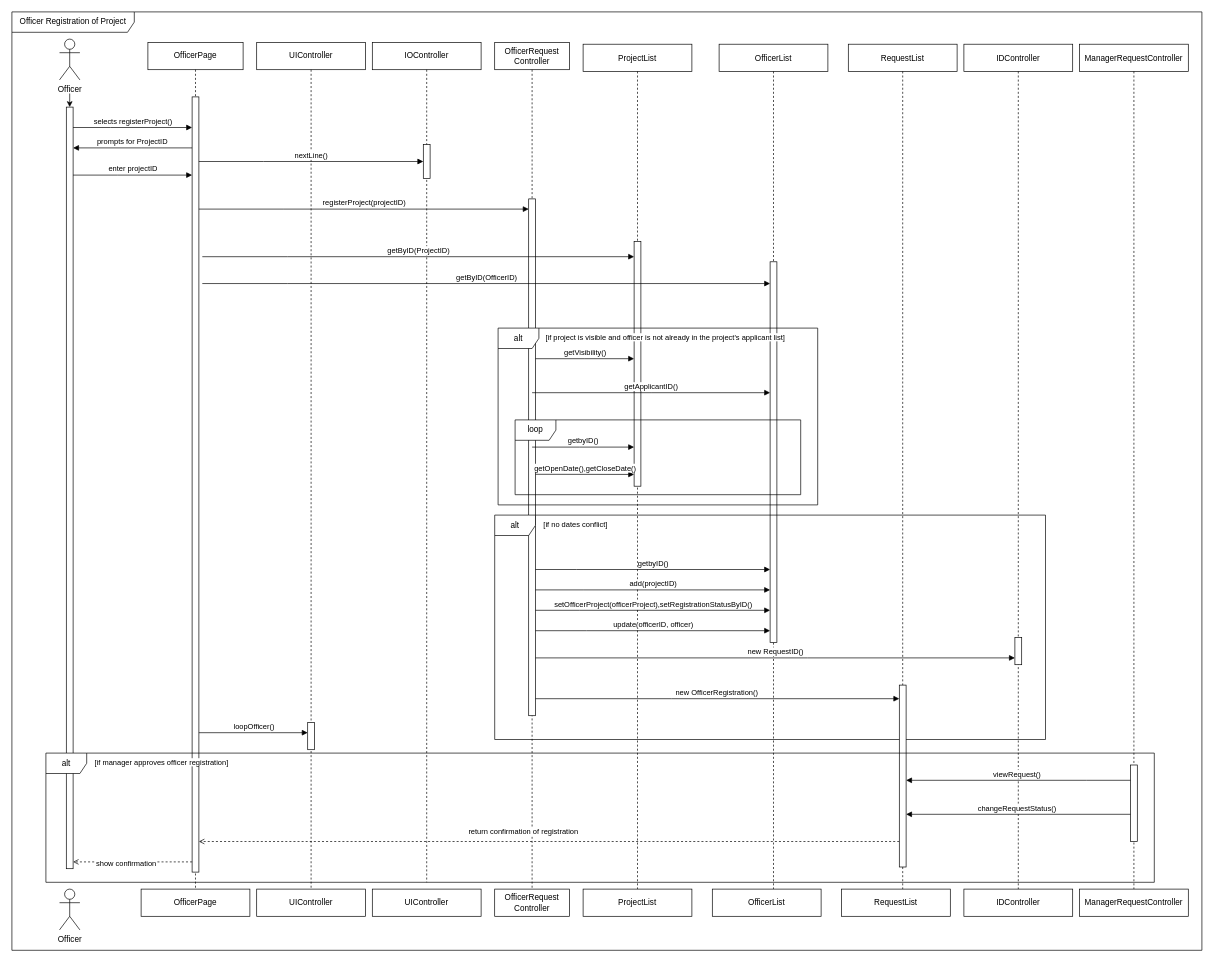
Earlier version of the draw.io diagram uml/SequenceDiagram.drawio (Saltykub/BTO-OOP). Source tidied: cells renumbered, new cells numbered last; positions are measured from the earlier drawing's top-left corner, leaving out a move shared by most shapes. Both pictures are drawn from the tidied source at 68%, with x=0, y=0 at pixel (12, 12).
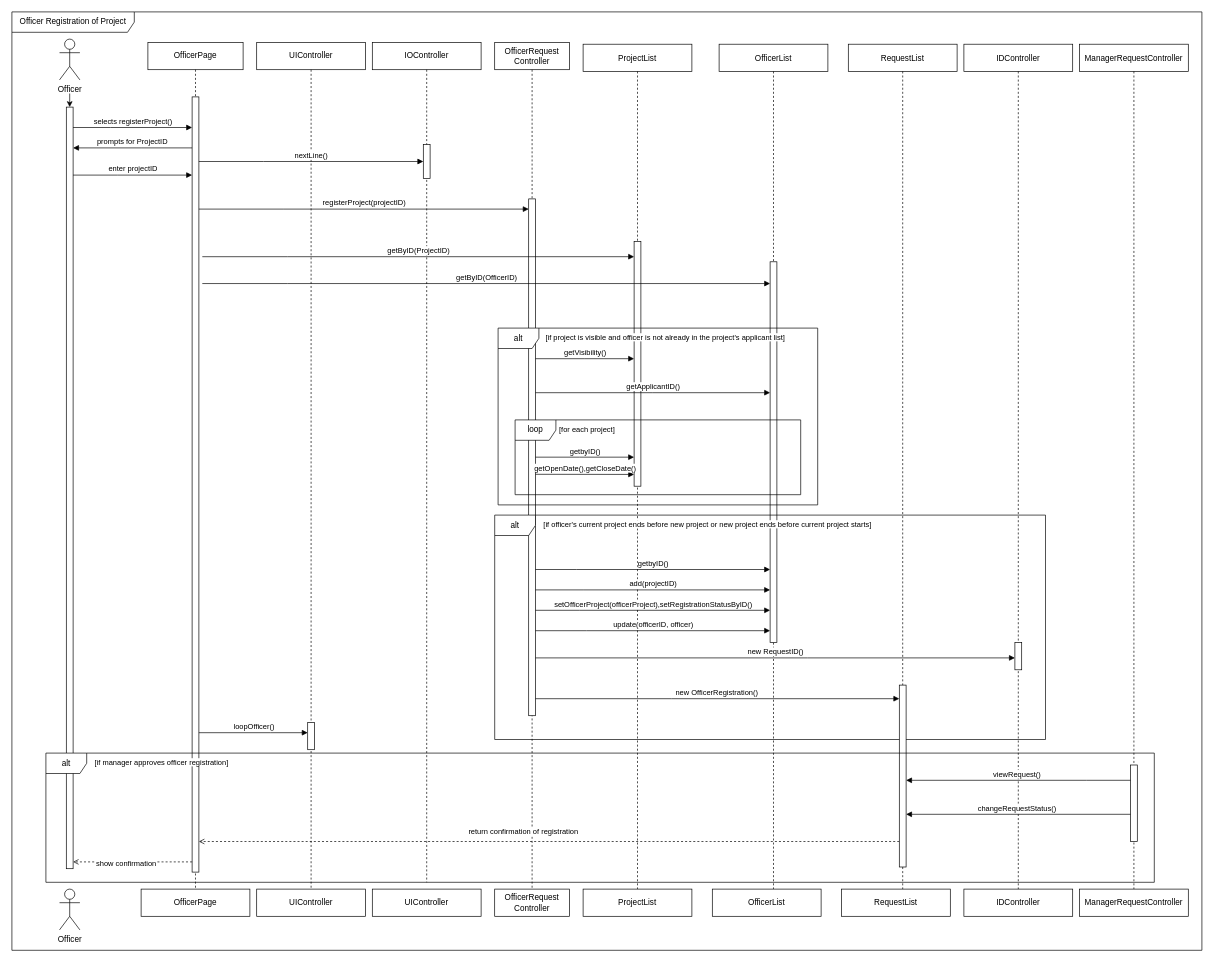
The same page after the edit.

The change refers to these unchanged cells:
```xml
<mxCell id="3" style="html=1;points=[];perimeter=orthogonalPerimeter;outlineConnect=0;targetShapes=umlLifeline;portConstraint=eastwest;newEdgeStyle={&quot;edgeStyle&quot;:&quot;elbowEdgeStyle&quot;,&quot;elbow&quot;:&quot;vertical&quot;,&quot;curved&quot;:0,&quot;rounded&quot;:0};" parent="2" vertex="1">
  <mxGeometry x="50" y="230" width="10" height="760" as="geometry" />
</mxCell>
<mxCell id="25" style="html=1;points=[];perimeter=orthogonalPerimeter;outlineConnect=0;targetShapes=umlLifeline;portConstraint=eastwest;newEdgeStyle={&quot;edgeStyle&quot;:&quot;elbowEdgeStyle&quot;,&quot;elbow&quot;:&quot;vertical&quot;,&quot;curved&quot;:0,&quot;rounded&quot;:0};" parent="24" vertex="1">
  <mxGeometry x="75" y="320" width="10" height="560" as="geometry" />
</mxCell>
<mxCell id="46" value="IDController" style="shape=umlLifeline;perimeter=lifelinePerimeter;whiteSpace=wrap;html=1;newEdgeStyle={&quot;edgeStyle&quot;:&quot;elbowEdgeStyle&quot;,&quot;elbow&quot;:&quot;vertical&quot;,&quot;curved&quot;:0,&quot;rounded&quot;:0};" parent="1" vertex="1">
  <mxGeometry x="1400" y="47.5" width="160" height="1252.5" as="geometry" />
</mxCell>
```

Change to the diagram source:
```diff
@@
-    <mxCell id="28" value="getApplicantID()" style="html=1;verticalAlign=bottom;endArrow=block;edgeStyle=elbowEdgeStyle;elbow=vertical;curved=0;rounded=0;" parent="1" edge="1">
+    <mxCell id="28" value="getApplicantID()" style="html=1;verticalAlign=bottom;endArrow=block;edgeStyle=elbowEdgeStyle;elbow=vertical;curved=0;rounded=0;" parent="1" edge="1" source="3">
       <mxGeometry relative="1" as="geometry">
-        <mxPoint x="765" y="560" as="sourcePoint" />
         <mxPoint x="1115" y="560" as="targetPoint" />
       </mxGeometry>
     </mxCell>
@@
     <mxCell id="31" value="getbyID()" style="html=1;verticalAlign=bottom;endArrow=block;edgeStyle=elbowEdgeStyle;elbow=vertical;curved=0;rounded=0;" parent="1" edge="1">
       <mxGeometry relative="1" as="geometry">
-        <mxPoint x="765" y="640" as="sourcePoint" />
-        <mxPoint x="915" y="640" as="targetPoint" />
+        <mxPoint x="770" y="654.8" as="sourcePoint" />
+        <mxPoint x="915" y="654.8" as="targetPoint" />
         <Array as="points">
-          <mxPoint x="835" y="640" />
+          <mxPoint x="835" y="654.8" />
         </Array>
       </mxGeometry>
     </mxCell>
@@
-    <mxCell id="35" value="&lt;div style=&quot;text-align: center;&quot;&gt;&lt;span style=&quot;font-size: 11px; text-wrap-mode: nowrap; background-color: rgb(255, 255, 255);&quot;&gt;[if no dates conflict]&lt;/span&gt;&lt;/div&gt;" style="text;whiteSpace=wrap;html=1;" parent="1" vertex="1">
+    <mxCell id="35" value="&lt;div style=&quot;text-align: center;&quot;&gt;&lt;span style=&quot;font-size: 11px; text-wrap-mode: nowrap; background-color: rgb(255, 255, 255);&quot;&gt;[if officer's current project ends before new project or new project ends before current project starts]&amp;nbsp;&lt;/span&gt;&lt;/div&gt;" style="text;whiteSpace=wrap;html=1;" parent="1" vertex="1">
       <mxGeometry x="780" y="740" width="380" height="40" as="geometry" />
     </mxCell>
-    <mxCell id="36" value="getbyID()" style="html=1;verticalAlign=bottom;endArrow=block;edgeStyle=elbowEdgeStyle;elbow=vertical;curved=0;rounded=0;" parent="1" edge="1" source="3" target="25">
-      <mxGeometry relative="1" as="geometry">
-        <Array as="points">
-          <mxPoint x="830" y="820" />
-        </Array>
-      </mxGeometry>
-    </mxCell>
-    <mxCell id="37" value="add(projectID)" style="html=1;verticalAlign=bottom;endArrow=block;edgeStyle=elbowEdgeStyle;elbow=vertical;curved=0;rounded=0;" parent="1" edge="1" source="3">
-      <mxGeometry relative="1" as="geometry">
-        <mxPoint x="1115" y="850" as="targetPoint" />
-        <Array as="points">
-          <mxPoint x="840" y="850" />
-        </Array>
-      </mxGeometry>
-    </mxCell>
@@
     <mxCell id="47" style="html=1;points=[];perimeter=orthogonalPerimeter;outlineConnect=0;targetShapes=umlLifeline;portConstraint=eastwest;newEdgeStyle={&quot;edgeStyle&quot;:&quot;elbowEdgeStyle&quot;,&quot;elbow&quot;:&quot;vertical&quot;,&quot;curved&quot;:0,&quot;rounded&quot;:0};" parent="46" vertex="1">
-      <mxGeometry x="75" y="872.5" width="10" height="40" as="geometry" />
+      <mxGeometry x="75" y="880" width="10" height="40" as="geometry" />
     </mxCell>
@@
+    <mxCell id="65" value="&lt;span style=&quot;color: rgb(0, 0, 0); font-family: Helvetica; font-size: 11px; font-style: normal; font-variant-ligatures: normal; font-variant-caps: normal; font-weight: 400; letter-spacing: normal; orphans: 2; text-align: center; text-indent: 0px; text-transform: none; widows: 2; word-spacing: 0px; -webkit-text-stroke-width: 0px; white-space: nowrap; background-color: rgb(255, 255, 255); text-decoration-thickness: initial; text-decoration-style: initial; text-decoration-color: initial; float: none; display: inline !important;&quot;&gt;&lt;span&gt;&amp;nbsp;[&lt;/span&gt;for each project]&lt;/span&gt;" style="text;whiteSpace=wrap;html=1;" parent="1" vertex="1">
+      <mxGeometry x="800" y="600" width="380" height="40" as="geometry" />
+    </mxCell>
+    <mxCell id="36" value="getbyID()" style="html=1;verticalAlign=bottom;endArrow=block;edgeStyle=elbowEdgeStyle;elbow=vertical;curved=0;rounded=0;" parent="1" edge="1" source="3" target="25">
+      <mxGeometry relative="1" as="geometry">
+        <Array as="points">
+          <mxPoint x="830" y="820" />
+        </Array>
+      </mxGeometry>
+    </mxCell>
+    <mxCell id="37" value="add(projectID)" style="html=1;verticalAlign=bottom;endArrow=block;edgeStyle=elbowEdgeStyle;elbow=vertical;curved=0;rounded=0;" parent="1" edge="1" source="3">
+      <mxGeometry relative="1" as="geometry">
+        <mxPoint x="1115" y="850" as="targetPoint" />
+        <Array as="points">
+          <mxPoint x="840" y="850" />
+        </Array>
+      </mxGeometry>
+    </mxCell>
```
